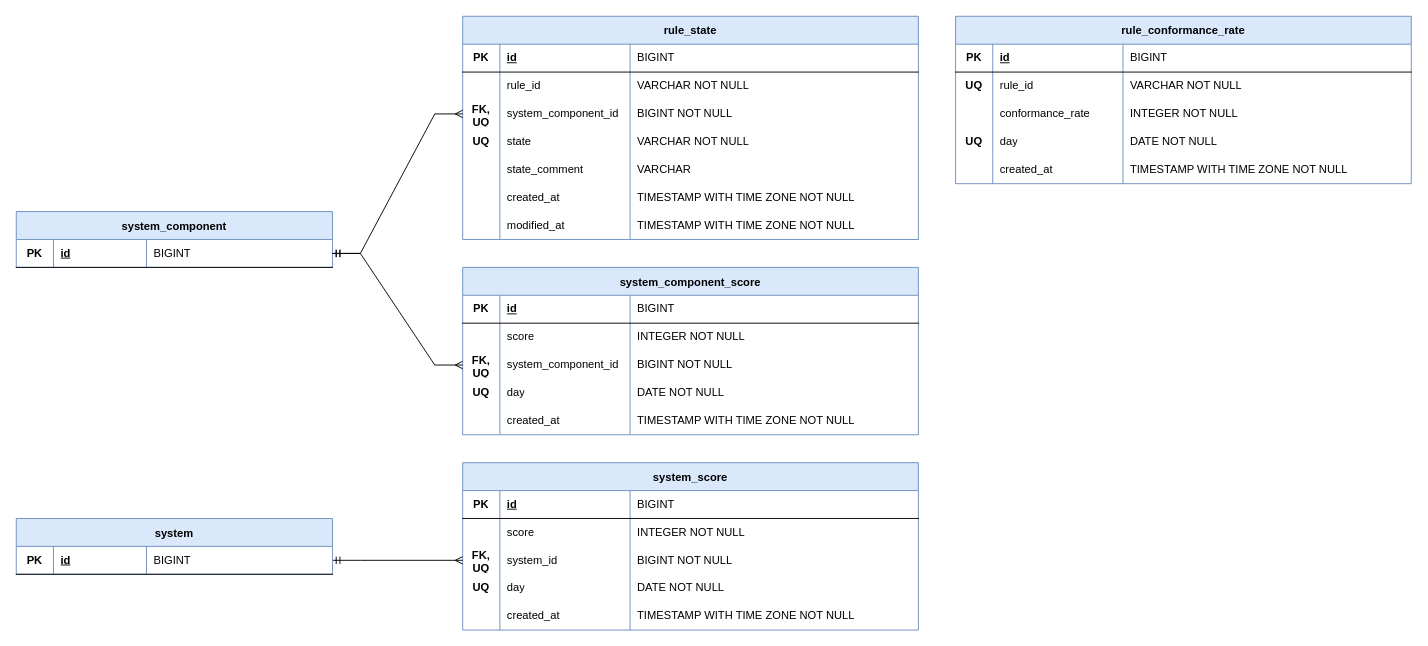
jeap-admin-ch/jeap-governance-service keeps this draw.io diagram as docs/images/scoring-db-schema.drawio. Above is the earlier version. Source tidied: cells renumbered, new cells numbered last; positions are measured from the earlier drawing's top-left corner, leaving out a move shared by most shapes. Both pictures are drawn from the tidied source at 93%, with x=0, y=0 at pixel (16, 16).
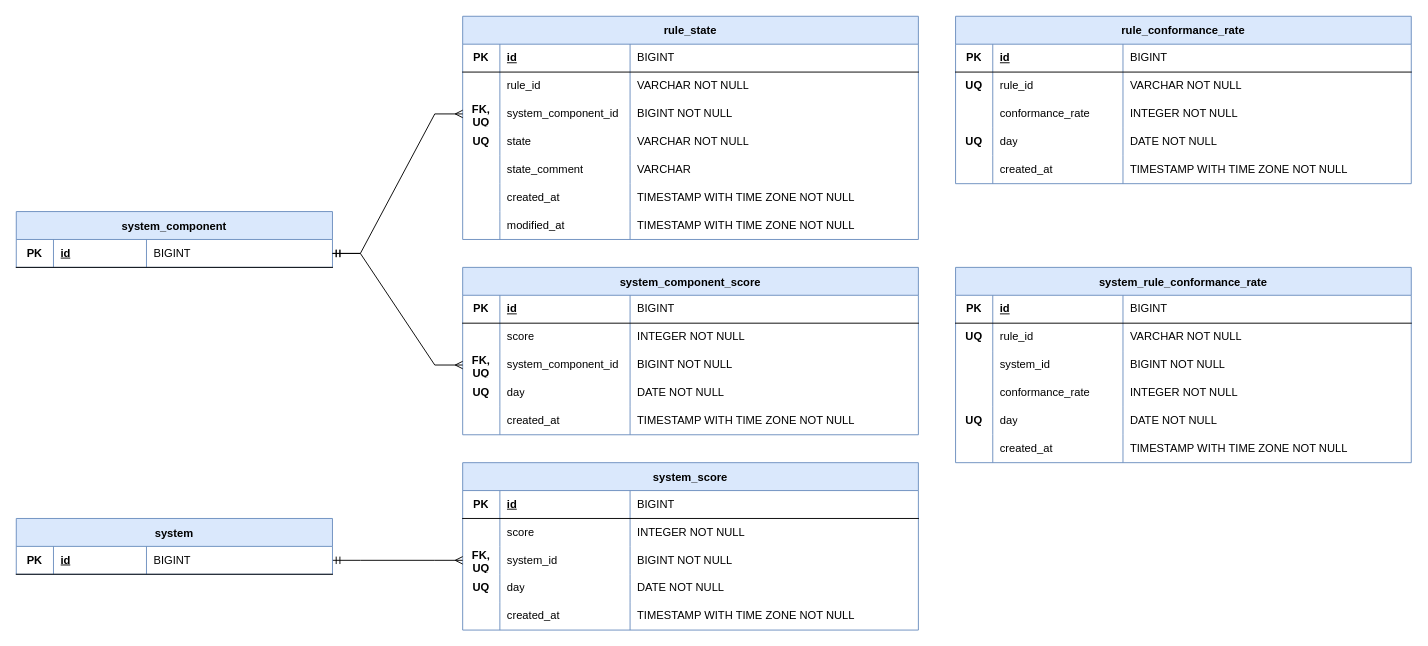
Above is the later version.

Change to the diagram source:
```diff
@@
+    <mxCell id="107" value="system_rule_conformance_rate" style="shape=table;startSize=30;childLayout=tableLayout;rowLines=0;fontStyle=1;align=center;fillColor=#dae8fc;strokeColor=#6c8ebf;" parent="1" vertex="1">
+      <mxGeometry x="1010" y="270" width="490" height="210" as="geometry" />
+    </mxCell>
+    <mxCell id="108" style="shape=tableRow;horizontal=0;startSize=0;swimlaneHead=0;swimlaneBody=0;fillColor=none;top=0;left=0;right=0;bottom=1;" parent="107" vertex="1">
+      <mxGeometry y="30" width="490" height="30" as="geometry" />
+    </mxCell>
+    <mxCell id="109" value="PK" style="shape=partialRectangle;fillColor=none;top=0;left=0;bottom=0;right=0;fontStyle=1;overflow=hidden;whiteSpace=wrap;html=1;" parent="108" vertex="1">
+      <mxGeometry width="40" height="30" as="geometry" />
+    </mxCell>
+    <mxCell id="110" value="id" style="shape=partialRectangle;fillColor=none;top=0;left=0;bottom=0;right=0;align=left;spacingLeft=6;fontStyle=5;overflow=hidden;whiteSpace=wrap;html=1;" parent="108" vertex="1">
+      <mxGeometry x="40" width="140" height="30" as="geometry" />
+    </mxCell>
+    <mxCell id="111" value="BIGINT" style="shape=partialRectangle;fillColor=none;top=0;left=0;bottom=0;right=0;align=left;spacingLeft=6;overflow=hidden;whiteSpace=wrap;html=1;" parent="108" vertex="1">
+      <mxGeometry x="180" width="310" height="30" as="geometry" />
+    </mxCell>
+    <mxCell id="112" style="shape=tableRow;horizontal=0;startSize=0;swimlaneHead=0;swimlaneBody=0;fillColor=none;top=0;left=0;right=0;bottom=0;" parent="107" vertex="1">
+      <mxGeometry y="60" width="490" height="30" as="geometry" />
+    </mxCell>
+    <mxCell id="113" value="UQ" style="shape=partialRectangle;fillColor=none;top=0;left=0;bottom=0;right=0;overflow=hidden;whiteSpace=wrap;html=1;fontStyle=1;" parent="112" vertex="1">
+      <mxGeometry width="40" height="30" as="geometry" />
+    </mxCell>
+    <mxCell id="114" value="rule_id" style="shape=partialRectangle;fillColor=none;top=0;left=0;bottom=0;right=0;align=left;spacingLeft=6;overflow=hidden;whiteSpace=wrap;html=1;" parent="112" vertex="1">
+      <mxGeometry x="40" width="140" height="30" as="geometry" />
+    </mxCell>
+    <mxCell id="115" value="VARCHAR NOT NULL" style="shape=partialRectangle;fillColor=none;top=0;left=0;bottom=0;right=0;align=left;spacingLeft=6;overflow=hidden;whiteSpace=wrap;html=1;" parent="112" vertex="1">
+      <mxGeometry x="180" width="310" height="30" as="geometry" />
+    </mxCell>
+    <mxCell id="116" style="shape=tableRow;horizontal=0;startSize=0;swimlaneHead=0;swimlaneBody=0;fillColor=none;top=0;left=0;right=0;bottom=0;" parent="107" vertex="1">
+      <mxGeometry y="90" width="490" height="30" as="geometry" />
+    </mxCell>
+    <mxCell id="117" style="shape=partialRectangle;fillColor=none;top=0;left=0;bottom=0;right=0;overflow=hidden;whiteSpace=wrap;html=1;fontStyle=1;" parent="116" vertex="1">
+      <mxGeometry width="40" height="30" as="geometry" />
+    </mxCell>
+    <mxCell id="118" value="system_id" style="shape=partialRectangle;fillColor=none;top=0;left=0;bottom=0;right=0;align=left;spacingLeft=6;overflow=hidden;whiteSpace=wrap;html=1;" parent="116" vertex="1">
+      <mxGeometry x="40" width="140" height="30" as="geometry" />
+    </mxCell>
+    <mxCell id="119" value="BIGINT NOT NULL" style="shape=partialRectangle;fillColor=none;top=0;left=0;bottom=0;right=0;align=left;spacingLeft=6;overflow=hidden;whiteSpace=wrap;html=1;" parent="116" vertex="1">
+      <mxGeometry x="180" width="310" height="30" as="geometry" />
+    </mxCell>
+    <mxCell id="120" style="shape=tableRow;horizontal=0;startSize=0;swimlaneHead=0;swimlaneBody=0;fillColor=none;top=0;left=0;right=0;bottom=0;" parent="107" vertex="1">
+      <mxGeometry y="120" width="490" height="30" as="geometry" />
+    </mxCell>
+    <mxCell id="121" style="shape=partialRectangle;fillColor=none;top=0;left=0;bottom=0;right=0;overflow=hidden;whiteSpace=wrap;html=1;fontStyle=1;" parent="120" vertex="1">
+      <mxGeometry width="40" height="30" as="geometry" />
+    </mxCell>
+    <mxCell id="122" value="conformance_rate" style="shape=partialRectangle;fillColor=none;top=0;left=0;bottom=0;right=0;align=left;spacingLeft=6;overflow=hidden;whiteSpace=wrap;html=1;" parent="120" vertex="1">
+      <mxGeometry x="40" width="140" height="30" as="geometry" />
+    </mxCell>
+    <mxCell id="123" value="INTEGER NOT NULL" style="shape=partialRectangle;fillColor=none;top=0;left=0;bottom=0;right=0;align=left;spacingLeft=6;overflow=hidden;whiteSpace=wrap;html=1;" parent="120" vertex="1">
+      <mxGeometry x="180" width="310" height="30" as="geometry" />
+    </mxCell>
+    <mxCell id="124" style="shape=tableRow;horizontal=0;startSize=0;swimlaneHead=0;swimlaneBody=0;fillColor=none;top=0;left=0;right=0;bottom=0;" parent="107" vertex="1">
+      <mxGeometry y="150" width="490" height="30" as="geometry" />
+    </mxCell>
+    <mxCell id="125" value="UQ" style="shape=partialRectangle;fillColor=none;top=0;left=0;bottom=0;right=0;overflow=hidden;whiteSpace=wrap;html=1;fontStyle=1;" parent="124" vertex="1">
+      <mxGeometry width="40" height="30" as="geometry" />
+    </mxCell>
+    <mxCell id="126" value="day" style="shape=partialRectangle;fillColor=none;top=0;left=0;bottom=0;right=0;align=left;spacingLeft=6;overflow=hidden;whiteSpace=wrap;html=1;" parent="124" vertex="1">
+      <mxGeometry x="40" width="140" height="30" as="geometry" />
+    </mxCell>
+    <mxCell id="127" value="DATE NOT NULL" style="shape=partialRectangle;fillColor=none;top=0;left=0;bottom=0;right=0;align=left;spacingLeft=6;overflow=hidden;whiteSpace=wrap;html=1;" parent="124" vertex="1">
+      <mxGeometry x="180" width="310" height="30" as="geometry" />
+    </mxCell>
+    <mxCell id="128" style="shape=tableRow;horizontal=0;startSize=0;swimlaneHead=0;swimlaneBody=0;fillColor=none;top=0;left=0;right=0;bottom=0;" parent="107" vertex="1">
+      <mxGeometry y="180" width="490" height="30" as="geometry" />
+    </mxCell>
+    <mxCell id="129" style="shape=partialRectangle;fillColor=none;top=0;left=0;bottom=0;right=0;overflow=hidden;whiteSpace=wrap;html=1;" parent="128" vertex="1">
+      <mxGeometry width="40" height="30" as="geometry" />
+    </mxCell>
+    <mxCell id="130" value="created_at" style="shape=partialRectangle;fillColor=none;top=0;left=0;bottom=0;right=0;align=left;spacingLeft=6;overflow=hidden;whiteSpace=wrap;html=1;" parent="128" vertex="1">
+      <mxGeometry x="40" width="140" height="30" as="geometry" />
+    </mxCell>
+    <mxCell id="131" value="TIMESTAMP WITH TIME ZONE NOT NULL" style="shape=partialRectangle;fillColor=none;top=0;left=0;bottom=0;right=0;align=left;spacingLeft=6;overflow=hidden;whiteSpace=wrap;html=1;" parent="128" vertex="1">
+      <mxGeometry x="180" width="310" height="30" as="geometry" />
+    </mxCell>
```
